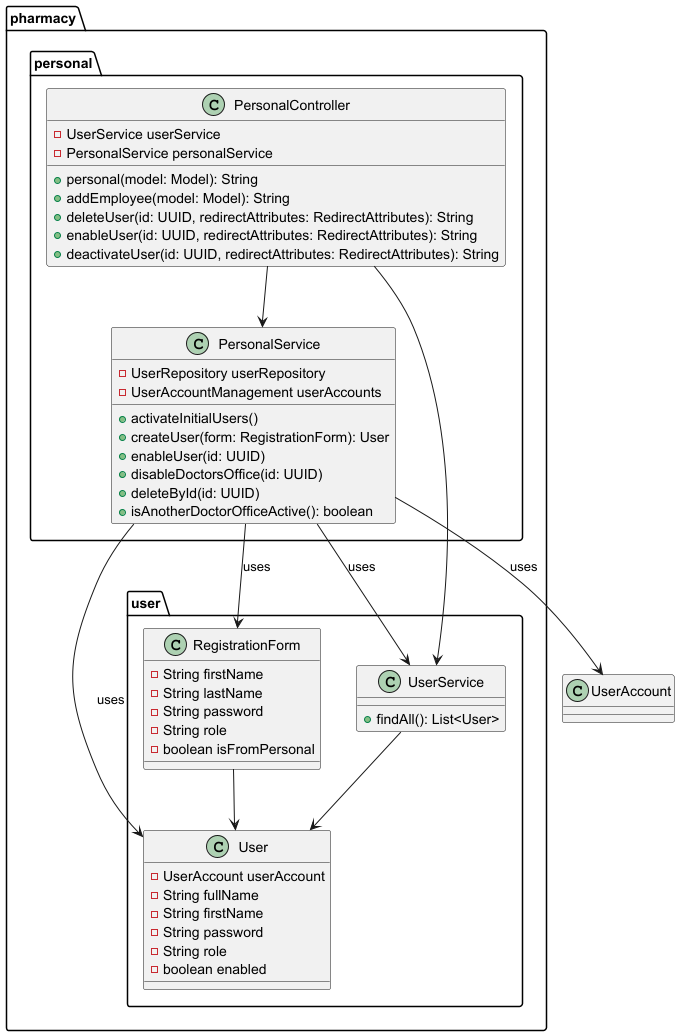
The PlantUML diagram src/main/asciidoc/models/design/personal.png in Jack4948/Apotheke-G5-Public, before a commit.
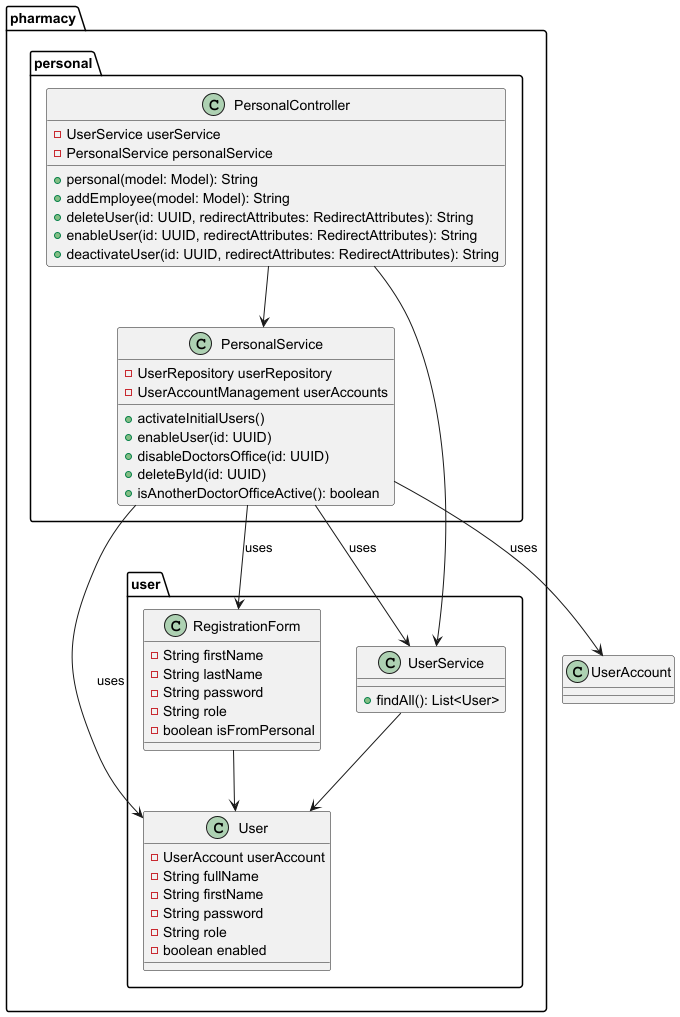
After the change.

What changed in the source:
```diff
@@ -6,7 +6,6 @@
       - UserRepository userRepository
       - UserAccountManagement userAccounts
       + activateInitialUsers()
-      + createUser(form: RegistrationForm): User
       + enableUser(id: UUID)
       + disableDoctorsOffice(id: UUID)
       + deleteById(id: UUID)
```
